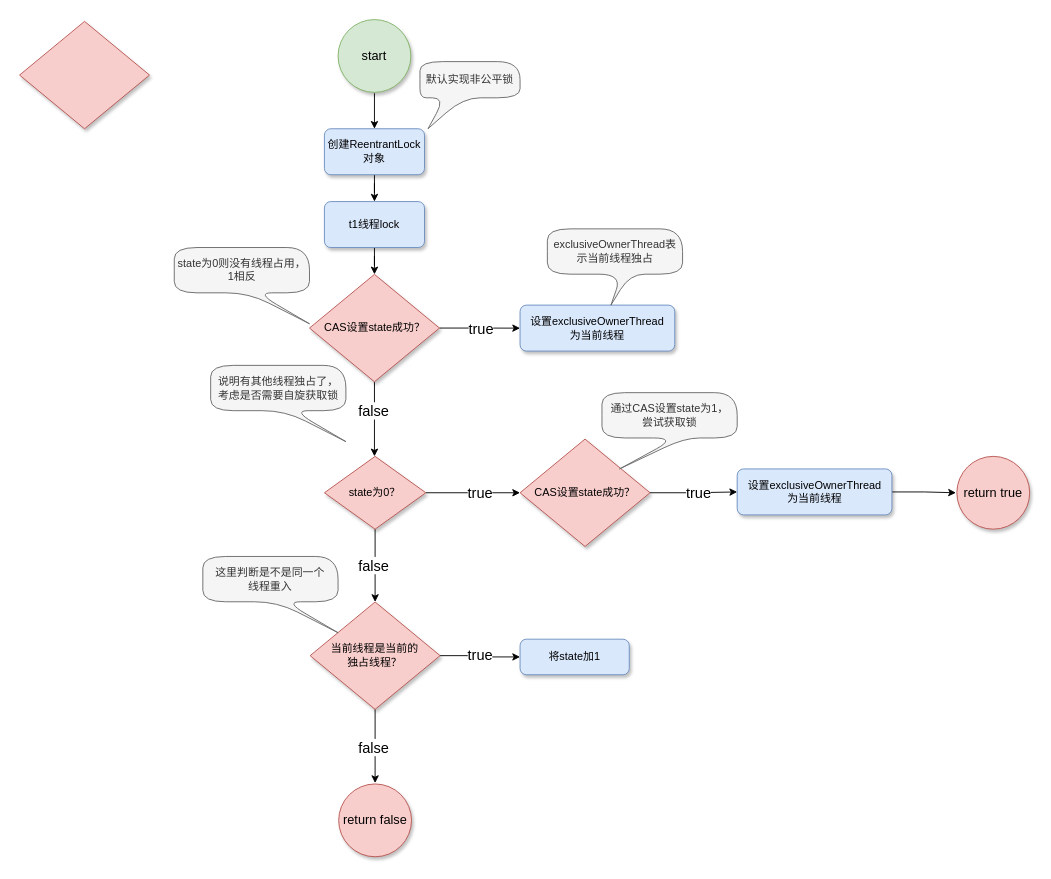
LDChing0321/JavaLearn keeps this draw.io diagram as typora/JavaSE/7 并发/JUC-interface-diagram/ReentrantLock执行流程.drawio. Above is the earlier version. Source tidied: cells renumbered, new cells numbered last; positions are measured from the earlier drawing's top-left corner, leaving out a move shared by most shapes. Both pictures are drawn from the tidied source at 91%, with x=0, y=0 at pixel (19, 19).
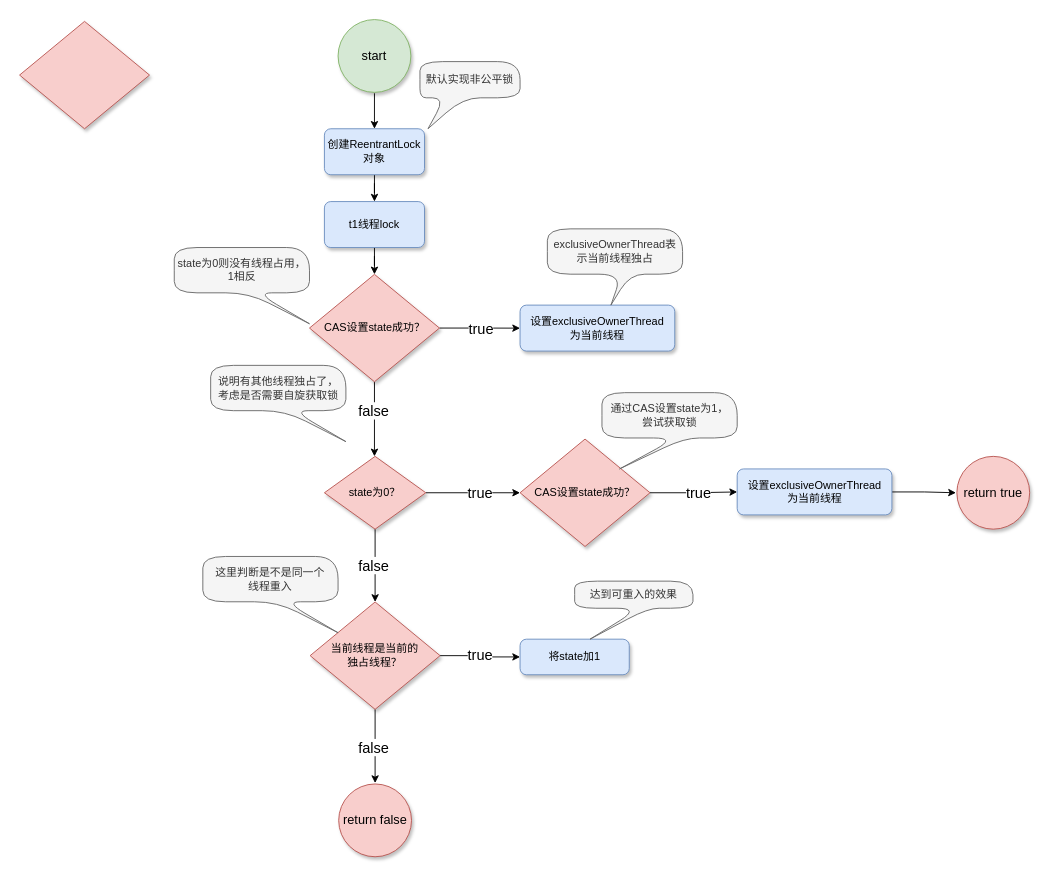
The same page after the edit.

Commit message:
更新ReentrantLock执行流程.drawio

The edit, as a diff of the source:
```diff
@@
+    <mxCell id="39" value="达到可重入的效果" style="shape=callout;whiteSpace=wrap;html=1;perimeter=calloutPerimeter;position2=0.13;fillColor=#f5f5f5;fontColor=#333333;strokeColor=#666666;size=34;position=0.55;rounded=1;arcSize=50;base=9;spacing=3;" parent="1" vertex="1">
+      <mxGeometry x="610" y="617.1" width="130" height="63.8" as="geometry" />
+    </mxCell>
```
